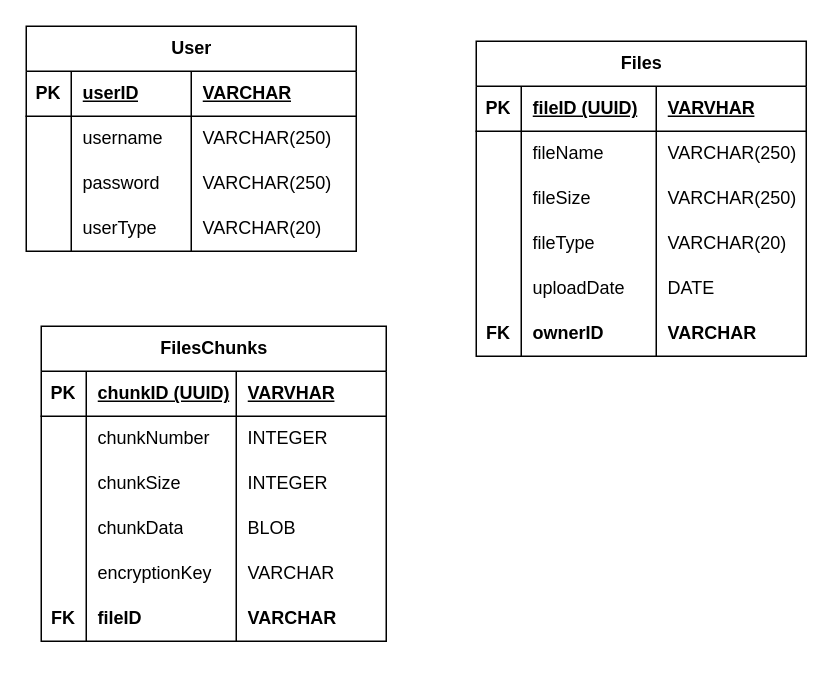
AnjeloM/AnjeloM keeps this draw.io diagram as CWK ER-Diagram.drawio. Above is the earlier version. Source tidied: cells renumbered, new cells numbered last; positions are measured from the earlier drawing's top-left corner, leaving out a move shared by most shapes. Both pictures are drawn from the tidied source at 150%, with x=0, y=0 at pixel (26, 26).
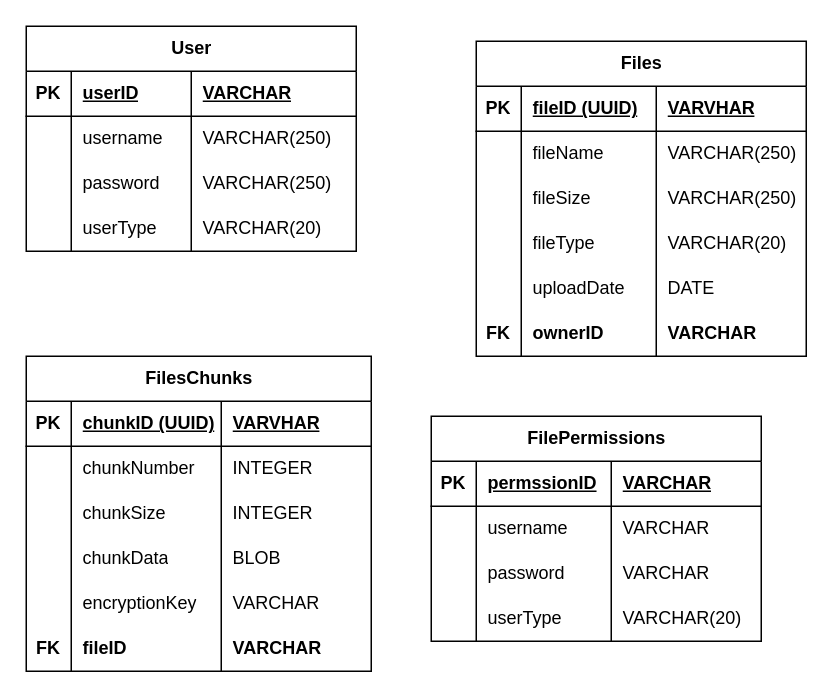
After the change.

The edit, as a diff of the source:
```diff
@@
     <mxCell id="44" value="FilesChunks" style="shape=table;startSize=30;childLayout=tableLayout;rowLines=0;fontStyle=1;align=center;html=1;" parent="1" vertex="1">
-      <mxGeometry x="10" y="200" width="230" height="210" as="geometry" />
+      <mxGeometry y="220" width="230" height="210" as="geometry" />
     </mxCell>
@@
+    <mxCell id="69" value="FilePermissions" style="shape=table;startSize=30;childLayout=tableLayout;rowLines=0;fontStyle=1;align=center;html=1;" parent="1" vertex="1">
+      <mxGeometry x="270" y="260" width="220" height="150" as="geometry" />
+    </mxCell>
+    <mxCell id="70" style="shape=tableRow;horizontal=0;startSize=0;swimlaneHead=0;swimlaneBody=0;fillColor=none;top=0;left=0;right=0;bottom=1;" parent="69" vertex="1">
+      <mxGeometry y="30" width="220" height="30" as="geometry" />
+    </mxCell>
+    <mxCell id="71" value="PK" style="shape=partialRectangle;fillColor=none;top=0;left=0;bottom=0;right=0;fontStyle=1;overflow=hidden;whiteSpace=wrap;html=1;" parent="70" vertex="1">
+      <mxGeometry width="30" height="30" as="geometry" />
+    </mxCell>
+    <mxCell id="72" value="permssionID" style="shape=partialRectangle;fillColor=none;top=0;left=0;bottom=0;right=0;align=left;spacingLeft=6;fontStyle=5;overflow=hidden;whiteSpace=wrap;html=1;" parent="70" vertex="1">
+      <mxGeometry x="30" width="90" height="30" as="geometry" />
+    </mxCell>
+    <mxCell id="73" value="VARCHAR" style="shape=partialRectangle;fillColor=none;top=0;left=0;bottom=0;right=0;align=left;spacingLeft=6;fontStyle=5;overflow=hidden;whiteSpace=wrap;html=1;" parent="70" vertex="1">
+      <mxGeometry x="120" width="100" height="30" as="geometry" />
+    </mxCell>
+    <mxCell id="74" style="shape=tableRow;horizontal=0;startSize=0;swimlaneHead=0;swimlaneBody=0;fillColor=none;top=0;left=0;right=0;bottom=0;" parent="69" vertex="1">
+      <mxGeometry y="60" width="220" height="30" as="geometry" />
+    </mxCell>
+    <mxCell id="75" style="shape=partialRectangle;fillColor=none;top=0;left=0;bottom=0;right=0;overflow=hidden;whiteSpace=wrap;html=1;" parent="74" vertex="1">
+      <mxGeometry width="30" height="30" as="geometry" />
+    </mxCell>
+    <mxCell id="76" value="username&amp;nbsp;" style="shape=partialRectangle;fillColor=none;top=0;left=0;bottom=0;right=0;align=left;spacingLeft=6;overflow=hidden;whiteSpace=wrap;html=1;" parent="74" vertex="1">
+      <mxGeometry x="30" width="90" height="30" as="geometry" />
+    </mxCell>
+    <mxCell id="77" value="VARCHAR" style="shape=partialRectangle;fillColor=none;top=0;left=0;bottom=0;right=0;align=left;spacingLeft=6;overflow=hidden;whiteSpace=wrap;html=1;" parent="74" vertex="1">
+      <mxGeometry x="120" width="100" height="30" as="geometry" />
+    </mxCell>
+    <mxCell id="78" style="shape=tableRow;horizontal=0;startSize=0;swimlaneHead=0;swimlaneBody=0;fillColor=none;top=0;left=0;right=0;bottom=0;" parent="69" vertex="1">
+      <mxGeometry y="90" width="220" height="30" as="geometry" />
+    </mxCell>
+    <mxCell id="79" style="shape=partialRectangle;fillColor=none;top=0;left=0;bottom=0;right=0;overflow=hidden;whiteSpace=wrap;html=1;" parent="78" vertex="1">
+      <mxGeometry width="30" height="30" as="geometry" />
+    </mxCell>
+    <mxCell id="80" value="password" style="shape=partialRectangle;fillColor=none;top=0;left=0;bottom=0;right=0;align=left;spacingLeft=6;overflow=hidden;whiteSpace=wrap;html=1;" parent="78" vertex="1">
+      <mxGeometry x="30" width="90" height="30" as="geometry" />
+    </mxCell>
+    <mxCell id="81" value="VARCHAR" style="shape=partialRectangle;fillColor=none;top=0;left=0;bottom=0;right=0;align=left;spacingLeft=6;overflow=hidden;whiteSpace=wrap;html=1;" parent="78" vertex="1">
+      <mxGeometry x="120" width="100" height="30" as="geometry" />
+    </mxCell>
+    <mxCell id="82" style="shape=tableRow;horizontal=0;startSize=0;swimlaneHead=0;swimlaneBody=0;fillColor=none;top=0;left=0;right=0;bottom=0;" parent="69" vertex="1">
+      <mxGeometry y="120" width="220" height="30" as="geometry" />
+    </mxCell>
+    <mxCell id="83" style="shape=partialRectangle;fillColor=none;top=0;left=0;bottom=0;right=0;overflow=hidden;whiteSpace=wrap;html=1;" parent="82" vertex="1">
+      <mxGeometry width="30" height="30" as="geometry" />
+    </mxCell>
+    <mxCell id="84" value="userType" style="shape=partialRectangle;fillColor=none;top=0;left=0;bottom=0;right=0;align=left;spacingLeft=6;overflow=hidden;whiteSpace=wrap;html=1;" parent="82" vertex="1">
+      <mxGeometry x="30" width="90" height="30" as="geometry" />
+    </mxCell>
+    <mxCell id="85" value="VARCHAR(20)" style="shape=partialRectangle;fillColor=none;top=0;left=0;bottom=0;right=0;align=left;spacingLeft=6;overflow=hidden;whiteSpace=wrap;html=1;" parent="82" vertex="1">
+      <mxGeometry x="120" width="100" height="30" as="geometry" />
+    </mxCell>
```
